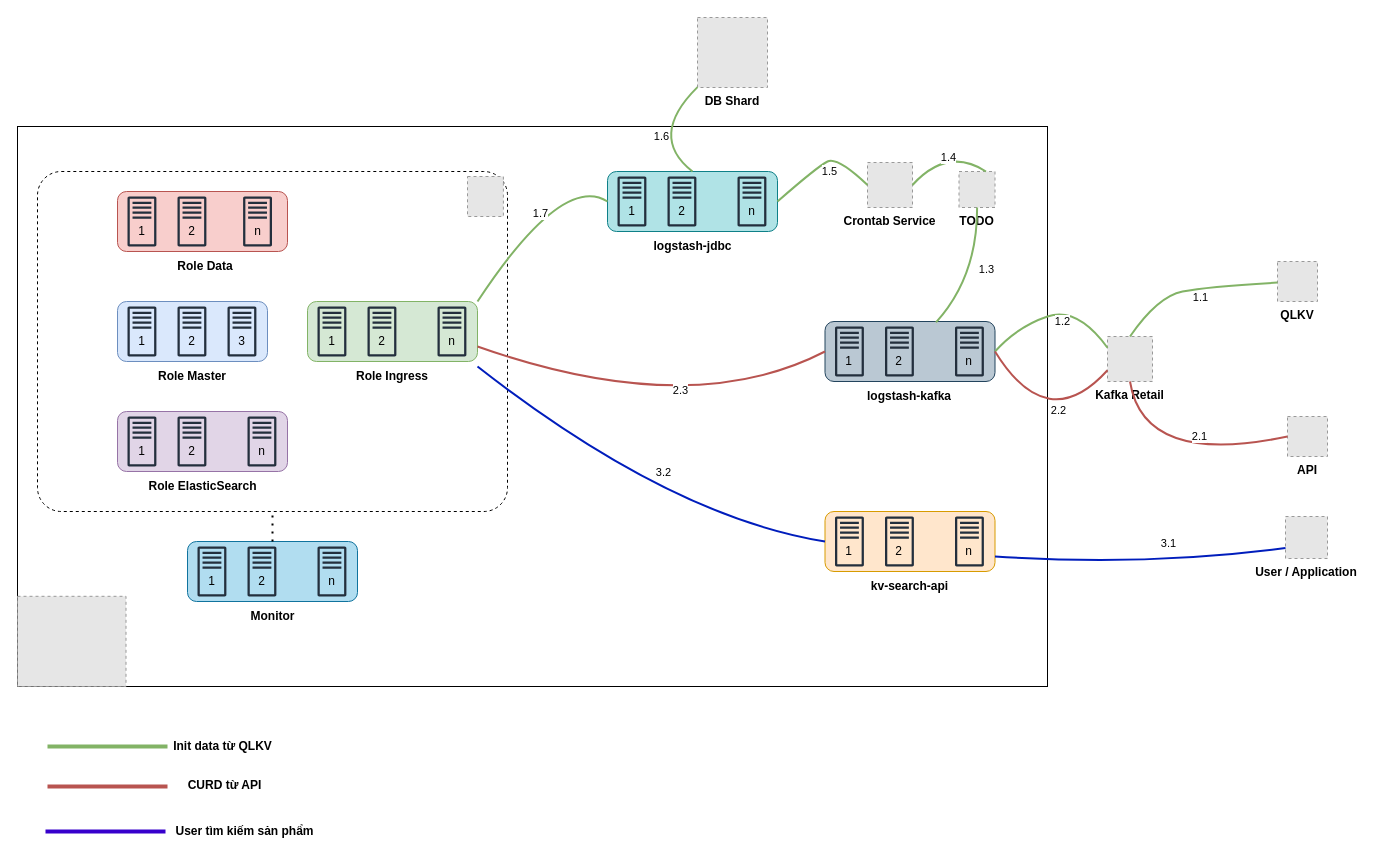
The draw.io diagram page "Infrastructure" (1 of 2) of KiotViet-Search.drawio in khinhvuphiduong/diagrams.net, before the edit. Source tidied: cells renumbered, new cells numbered last; positions are measured from the earlier drawing's top-left corner, leaving out a move shared by most shapes. Both pictures are drawn from the tidied source at 100%, with x=0, y=0 at pixel (17, 17). Pictures stored in the file or linked from it are replaced by grey dashed boxes.
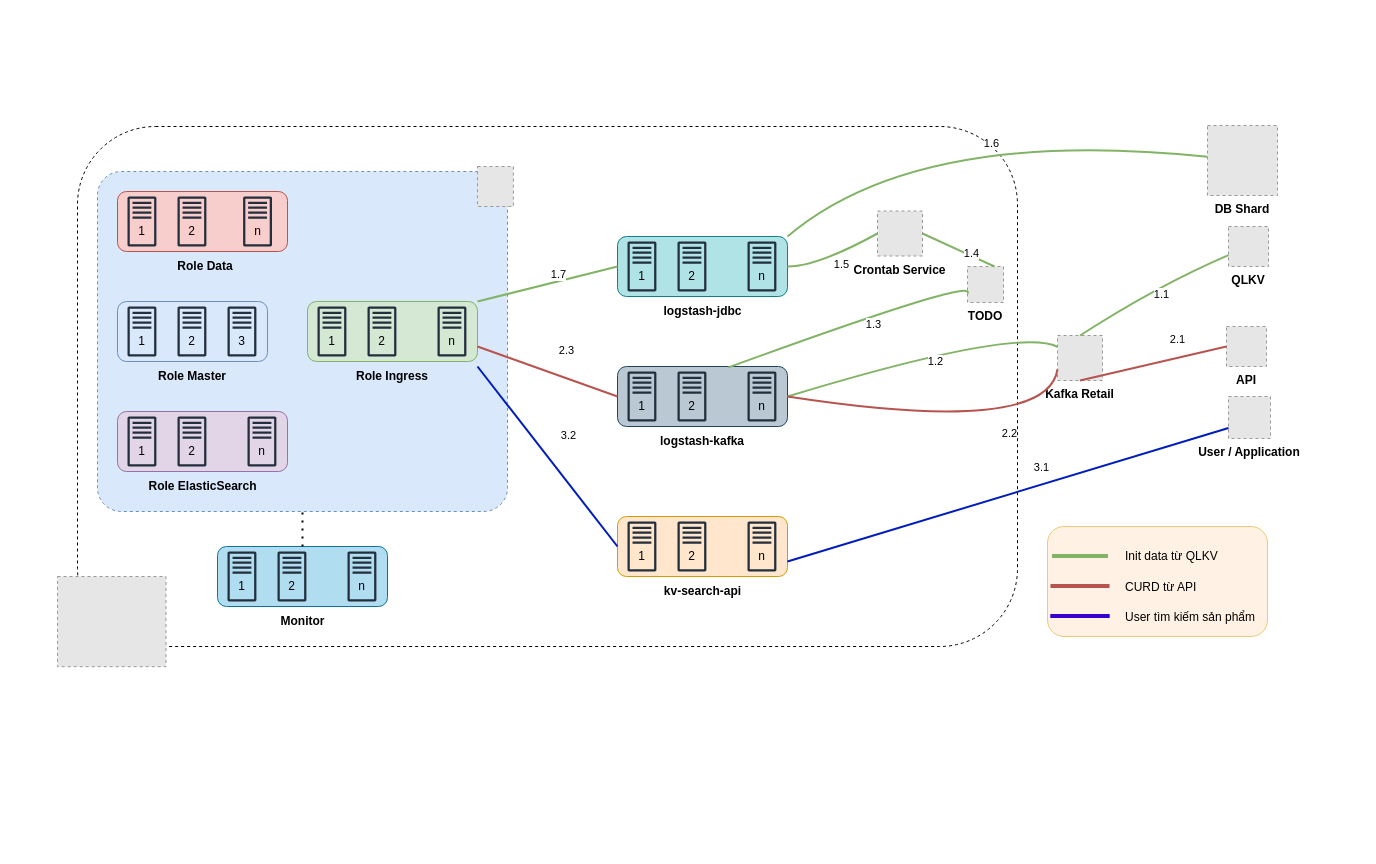
The same diagram, later.

The change refers to these unchanged cells:
```xml
<mxCell id="15" style="rounded=1;whiteSpace=wrap;html=1;fillColor=#d5e8d4;strokeColor=#82b366;" parent="13" vertex="1">
  <mxGeometry width="170" height="60" as="geometry" />
</mxCell>
<mxCell id="42" style="rounded=1;whiteSpace=wrap;html=1;fillColor=#ffe6cc;strokeColor=#d79b00;" parent="40" vertex="1">
  <mxGeometry width="170" height="60" as="geometry" />
</mxCell>
<mxCell id="51" style="rounded=1;whiteSpace=wrap;html=1;fillColor=#b0e3e6;strokeColor=#0e8088;" parent="49" vertex="1">
  <mxGeometry width="170" height="60" as="geometry" />
</mxCell>
<mxCell id="60" style="rounded=1;whiteSpace=wrap;html=1;fillColor=#bac8d3;strokeColor=#23445d;" parent="58" vertex="1">
  <mxGeometry width="170" height="60" as="geometry" />
</mxCell>
```

Change to the diagram source:
```diff
@@
+    <mxCell id="116" style="rounded=1;whiteSpace=wrap;html=1;fillColor=#ffe6cc;strokeColor=#d79b00;opacity=50;" parent="1" vertex="1">
+      <mxGeometry x="1030" y="509" width="220" height="110" as="geometry" />
+    </mxCell>
-    <mxCell id="2" style="rounded=0;whiteSpace=wrap;html=1;" parent="1" vertex="1">
-      <mxGeometry y="109" width="1030" height="560" as="geometry" />
+    <mxCell id="2" style="rounded=1;whiteSpace=wrap;html=1;dashed=1;fillColor=none;" parent="1" vertex="1">
+      <mxGeometry x="60" y="109" width="940" height="520" as="geometry" />
     </mxCell>
-    <mxCell id="3" style="rounded=1;whiteSpace=wrap;html=1;dashed=1;arcSize=7;" parent="1" vertex="1">
-      <mxGeometry x="20" y="154" width="470" height="340" as="geometry" />
+    <mxCell id="3" style="rounded=1;whiteSpace=wrap;html=1;dashed=1;arcSize=7;fillColor=#dae8fc;strokeColor=#6c8ebf;" parent="1" vertex="1">
+      <mxGeometry x="80" y="154" width="410" height="340" as="geometry" />
     </mxCell>
@@
     <mxCell id="40" style="group;" parent="1" vertex="1">
-      <mxGeometry x="807.5" y="494" width="170" height="90" as="geometry" />
+      <mxGeometry x="600" y="499" width="170" height="90" as="geometry" />
     </mxCell>
@@
     <mxCell id="49" style="group;" parent="1" vertex="1">
-      <mxGeometry x="590" y="154" width="170" height="90" as="geometry" />
+      <mxGeometry x="600" y="219" width="170" height="90" as="geometry" />
     </mxCell>
@@
     <mxCell id="58" style="group;" parent="1" vertex="1">
-      <mxGeometry x="807.5" y="304" width="170" height="90" as="geometry" />
+      <mxGeometry x="600" y="349" width="170" height="90" as="geometry" />
     </mxCell>
@@
     <mxCell id="67" style="group;" parent="1" vertex="1">
-      <mxGeometry x="170" y="524" width="170" height="90" as="geometry" />
+      <mxGeometry x="200" y="529" width="170" height="90" as="geometry" />
     </mxCell>
@@
     <mxCell id="76" value="Kafka Retail" style="fillColor=#E6E6E6;strokeColor=#999999;dashed=1;verticalLabelPosition=bottom;labelBackgroundColor=default;verticalAlign=top;fontStyle=1;" parent="1" vertex="1">
-      <mxGeometry x="1090" y="319" width="45" height="45" as="geometry" />
+      <mxGeometry x="1040" y="318" width="45" height="45" as="geometry" />
     </mxCell>
     <mxCell id="77" value="DB Shard" style="fillColor=#E6E6E6;strokeColor=#999999;dashed=1;verticalLabelPosition=bottom;labelBackgroundColor=default;verticalAlign=top;fontStyle=1;" parent="1" vertex="1">
-      <mxGeometry x="680" width="70" height="70" as="geometry" />
+      <mxGeometry x="1190" y="108" width="70" height="70" as="geometry" />
     </mxCell>
@@
     <mxCell id="79" value="User / Application" style="fillColor=#E6E6E6;strokeColor=#999999;dashed=1;verticalLabelPosition=bottom;labelBackgroundColor=default;verticalAlign=top;fontStyle=1;" parent="1" vertex="1">
-      <mxGeometry x="1268" y="499" width="42" height="42" as="geometry" />
+      <mxGeometry x="1211" y="379" width="42" height="42" as="geometry" />
     </mxCell>
     <mxCell id="80" style="fillColor=#E6E6E6;strokeColor=#999999;dashed=1;verticalLabelPosition=bottom;labelBackgroundColor=default;verticalAlign=top;" parent="1" vertex="1">
-      <mxGeometry x="450" y="159" width="35.9" height="40" as="geometry" />
+      <mxGeometry x="460" y="149" width="35.9" height="40" as="geometry" />
     </mxCell>
     <mxCell id="81" value="QLKV" style="fillColor=#E6E6E6;strokeColor=#999999;dashed=1;verticalLabelPosition=bottom;labelBackgroundColor=default;verticalAlign=top;fontStyle=1;" parent="1" vertex="1">
-      <mxGeometry x="1260" y="244" width="40" height="40" as="geometry" />
+      <mxGeometry x="1211" y="209" width="40" height="40" as="geometry" />
     </mxCell>
     <mxCell id="82" value="API" style="fillColor=#E6E6E6;strokeColor=#999999;dashed=1;verticalLabelPosition=bottom;labelBackgroundColor=default;verticalAlign=top;fontStyle=1;" parent="1" vertex="1">
-      <mxGeometry x="1270" y="399" width="40" height="40" as="geometry" />
+      <mxGeometry x="1209" y="309" width="40" height="40" as="geometry" />
     </mxCell>
     <mxCell id="83" value="Crontab Service" style="fillColor=#E6E6E6;strokeColor=#999999;dashed=1;verticalLabelPosition=bottom;labelBackgroundColor=default;verticalAlign=top;fontStyle=1;" parent="1" vertex="1">
-      <mxGeometry x="850" y="145" width="45" height="45" as="geometry" />
+      <mxGeometry x="860" y="193.5" width="45" height="45" as="geometry" />
     </mxCell>
     <mxCell id="84" value="TODO" style="fillColor=#E6E6E6;strokeColor=#999999;dashed=1;verticalLabelPosition=bottom;labelBackgroundColor=default;verticalAlign=top;fontStyle=1;" parent="1" vertex="1">
-      <mxGeometry x="941.5" y="154" width="36" height="36" as="geometry" />
+      <mxGeometry x="950" y="249" width="36" height="36" as="geometry" />
     </mxCell>
     <mxCell id="85" style="curved=1;endArrow=none;html=1;rounded=0;endFill=0;exitX=0.5;exitY=0;exitDx=0;exitDy=0;fillColor=#d5e8d4;strokeColor=#82b366;strokeWidth=2;" parent="1" edge="1" source="76" target="81">
       <mxGeometry relative="1" as="geometry">
         <Array as="points">
-          <mxPoint x="1140" y="279" />
-          <mxPoint x="1190" y="269" />
+          <mxPoint x="1140" y="268" />
         </Array>
       </mxGeometry>
     </mxCell>
@@
     <mxCell id="87" style="curved=1;endArrow=none;html=1;rounded=0;endFill=0;exitX=1;exitY=0.5;exitDx=0;exitDy=0;fillColor=#d5e8d4;strokeColor=#82b366;strokeWidth=2;entryX=0;entryY=0.25;entryDx=0;entryDy=0;" parent="1" edge="1" source="60" target="76">
       <mxGeometry relative="1" as="geometry">
         <Array as="points">
           <mxPoint x="1000" y="309" />
-          <mxPoint x="1060" y="289" />
         </Array>
       </mxGeometry>
     </mxCell>
@@
-    <mxCell id="89" style="curved=1;endArrow=none;html=1;rounded=0;endFill=0;fillColor=#d5e8d4;strokeColor=#82b366;strokeWidth=2;exitX=0.653;exitY=0.015;exitDx=0;exitDy=0;exitPerimeter=0;" parent="1" edge="1" source="60" target="84">
+    <mxCell id="89" style="curved=1;endArrow=none;html=1;rounded=0;endFill=0;fillColor=#d5e8d4;strokeColor=#82b366;strokeWidth=2;exitX=0.653;exitY=0.015;exitDx=0;exitDy=0;exitPerimeter=0;entryX=0;entryY=0.75;entryDx=0;entryDy=0;" parent="1" edge="1" source="60" target="84">
       <mxGeometry relative="1" as="geometry">
         <Array as="points">
           <mxPoint x="960" y="259" />
         </Array>
       </mxGeometry>
     </mxCell>
@@
     <mxCell id="91" style="curved=1;endArrow=none;html=1;rounded=0;endFill=0;fillColor=#d5e8d4;strokeColor=#82b366;strokeWidth=2;entryX=1;entryY=0.5;entryDx=0;entryDy=0;exitX=0.75;exitY=0;exitDx=0;exitDy=0;" parent="1" edge="1" source="84" target="83">
-      <mxGeometry relative="1" as="geometry">
-        <Array as="points">
-          <mxPoint x="930" y="129" />
-        </Array>
-      </mxGeometry>
+      <mxGeometry relative="1" as="geometry" />
     </mxCell>
@@
     <mxCell id="93" style="curved=1;endArrow=none;html=1;rounded=0;endFill=0;fillColor=#d5e8d4;strokeColor=#82b366;strokeWidth=2;entryX=0;entryY=0.5;entryDx=0;entryDy=0;exitX=1;exitY=0.5;exitDx=0;exitDy=0;" parent="1" edge="1" source="51" target="83">
       <mxGeometry relative="1" as="geometry">
         <Array as="points">
-          <mxPoint x="800" y="149" />
-          <mxPoint x="820" y="139" />
+          <mxPoint x="800" y="249" />
         </Array>
       </mxGeometry>
     </mxCell>
@@
-    <mxCell id="95" style="curved=1;endArrow=none;html=1;rounded=0;endFill=0;fillColor=#d5e8d4;strokeColor=#82b366;strokeWidth=2;exitX=0.5;exitY=0;exitDx=0;exitDy=0;" parent="1" edge="1" source="51" target="77">
+    <mxCell id="95" style="curved=1;endArrow=none;html=1;rounded=0;endFill=0;fillColor=#d5e8d4;strokeColor=#82b366;strokeWidth=2;exitX=1;exitY=0;exitDx=0;exitDy=0;" parent="1" edge="1" source="51" target="77">
       <mxGeometry relative="1" as="geometry">
         <Array as="points">
-          <mxPoint x="630" y="119" />
+          <mxPoint x="900" y="109" />
         </Array>
       </mxGeometry>
     </mxCell>
@@
     <mxCell id="97" style="curved=1;endArrow=none;html=1;rounded=0;endFill=0;fillColor=#d5e8d4;strokeColor=#82b366;strokeWidth=2;exitX=0;exitY=0.5;exitDx=0;exitDy=0;entryX=1;entryY=0;entryDx=0;entryDy=0;" parent="1" edge="1" source="51" target="15">
-      <mxGeometry relative="1" as="geometry">
-        <Array as="points">
-          <mxPoint x="545" y="155" />
-        </Array>
-      </mxGeometry>
+      <mxGeometry relative="1" as="geometry" />
     </mxCell>
@@
     <mxCell id="99" style="curved=1;endArrow=none;html=1;rounded=0;endFill=0;exitX=0.5;exitY=1;exitDx=0;exitDy=0;fillColor=#f8cecc;strokeColor=#b85450;strokeWidth=2;entryX=0;entryY=0.5;entryDx=0;entryDy=0;" parent="1" edge="1" source="76" target="82">
-      <mxGeometry relative="1" as="geometry">
-        <Array as="points">
-          <mxPoint x="1126" y="449.5" />
-        </Array>
-      </mxGeometry>
+      <mxGeometry relative="1" as="geometry" />
     </mxCell>
@@
     <mxCell id="103" style="curved=1;endArrow=none;html=1;rounded=0;endFill=0;fillColor=#f8cecc;strokeColor=#b85450;strokeWidth=2;entryX=0;entryY=0.5;entryDx=0;entryDy=0;" parent="1" edge="1" target="60">
       <mxGeometry relative="1" as="geometry">
         <mxPoint x="460" y="329" as="sourcePoint" />
-        <Array as="points">
-          <mxPoint x="672" y="404" />
-        </Array>
       </mxGeometry>
     </mxCell>
@@
     <mxCell id="105" style="curved=1;endArrow=none;html=1;rounded=0;endFill=0;exitX=1;exitY=0.75;exitDx=0;exitDy=0;fillColor=#0050ef;strokeColor=#001DBC;strokeWidth=2;entryX=0;entryY=0.75;entryDx=0;entryDy=0;" parent="1" edge="1" source="42" target="79">
-      <mxGeometry relative="1" as="geometry">
-        <Array as="points">
-          <mxPoint x="1130" y="549" />
-        </Array>
-      </mxGeometry>
+      <mxGeometry relative="1" as="geometry" />
     </mxCell>
@@
     <mxCell id="107" style="curved=1;endArrow=none;html=1;rounded=0;endFill=0;fillColor=#0050ef;strokeColor=#001DBC;strokeWidth=2;entryX=0;entryY=0.5;entryDx=0;entryDy=0;" parent="1" edge="1" target="42">
       <mxGeometry relative="1" as="geometry">
         <mxPoint x="460" y="349" as="sourcePoint" />
-        <Array as="points">
-          <mxPoint x="652" y="499" />
-        </Array>
       </mxGeometry>
     </mxCell>
@@
     <mxCell id="109" style="fillColor=#E6E6E6;strokeColor=#999999;dashed=1;verticalLabelPosition=bottom;labelBackgroundColor=default;verticalAlign=top;" parent="1" vertex="1">
-      <mxGeometry y="578.8" width="108.5" height="90.2" as="geometry" />
+      <mxGeometry x="40" y="559" width="108.5" height="90.2" as="geometry" />
     </mxCell>
     <mxCell id="110" style="endArrow=none;html=1;rounded=0;fillColor=#d5e8d4;strokeColor=#82b366;strokeWidth=4;" parent="1" edge="1">
       <mxGeometry relative="1" as="geometry">
-        <mxPoint x="30" y="729" as="sourcePoint" />
-        <mxPoint x="150" y="729" as="targetPoint" />
+        <mxPoint x="1034.5" y="538.6" as="sourcePoint" />
+        <mxPoint x="1090.5" y="538.6" as="targetPoint" />
       </mxGeometry>
     </mxCell>
-    <mxCell id="111" value="Init data từ QLKV" style="text;html=1;align=center;verticalAlign=middle;whiteSpace=wrap;rounded=0;fontStyle=1;" parent="1" vertex="1">
-      <mxGeometry x="143" y="714" width="125" height="30" as="geometry" />
+    <mxCell id="111" value="Init data từ QLKV" style="text;html=1;align=left;verticalAlign=middle;whiteSpace=wrap;rounded=0;fontStyle=0;" parent="1" vertex="1">
+      <mxGeometry x="1106" y="524" width="125" height="30" as="geometry" />
     </mxCell>
-    <mxCell id="112" value="CURD từ API" style="text;html=1;align=center;verticalAlign=middle;whiteSpace=wrap;rounded=0;fontStyle=1;" parent="1" vertex="1">
-      <mxGeometry x="145" y="753" width="125" height="30" as="geometry" />
+    <mxCell id="112" value="CURD từ API" style="text;html=1;align=left;verticalAlign=middle;whiteSpace=wrap;rounded=0;fontStyle=0;" parent="1" vertex="1">
+      <mxGeometry x="1106" y="555" width="125" height="30" as="geometry" />
     </mxCell>
     <mxCell id="113" style="curved=0;endArrow=none;html=1;rounded=0;endFill=0;fillColor=#f8cecc;strokeColor=#b85450;strokeWidth=4;" parent="1" edge="1">
       <mxGeometry relative="1" as="geometry">
-        <mxPoint x="30" y="769" as="sourcePoint" />
-        <mxPoint x="150" y="769" as="targetPoint" />
+        <mxPoint x="1033" y="568.6" as="sourcePoint" />
+        <mxPoint x="1092" y="568.6" as="targetPoint" />
         <Array as="points">
-          <mxPoint x="150" y="769" />
+          <mxPoint x="1033" y="568.6" />
         </Array>
       </mxGeometry>
     </mxCell>
     <mxCell id="114" style="endArrow=none;html=1;rounded=0;fillColor=#6a00ff;strokeColor=#3700CC;strokeWidth=4;" parent="1" edge="1">
       <mxGeometry relative="1" as="geometry">
-        <mxPoint x="28" y="814" as="sourcePoint" />
-        <mxPoint x="148" y="814" as="targetPoint" />
+        <mxPoint x="1032.8" y="598.6" as="sourcePoint" />
+        <mxPoint x="1092.2" y="598.6" as="targetPoint" />
       </mxGeometry>
     </mxCell>
-    <mxCell id="115" value="User tìm kiếm sản phẩm" style="text;html=1;align=center;verticalAlign=middle;whiteSpace=wrap;rounded=0;fontStyle=1;" parent="1" vertex="1">
-      <mxGeometry x="145" y="799" width="165" height="30" as="geometry" />
+    <mxCell id="115" value="User tìm kiếm sản phẩm" style="text;html=1;align=left;verticalAlign=middle;whiteSpace=wrap;rounded=0;fontStyle=0;" parent="1" vertex="1">
+      <mxGeometry x="1106" y="585" width="165" height="30" as="geometry" />
     </mxCell>
```
